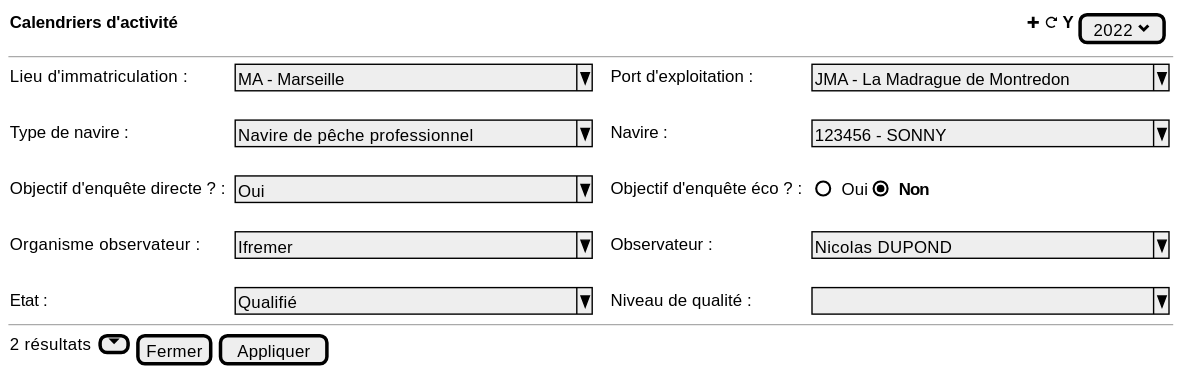
Above: projects/activity-calendar/spe/images/activity-calendar-table-filters.svg in sumaris-net/sumaris-doc (PlantUML), before the change.
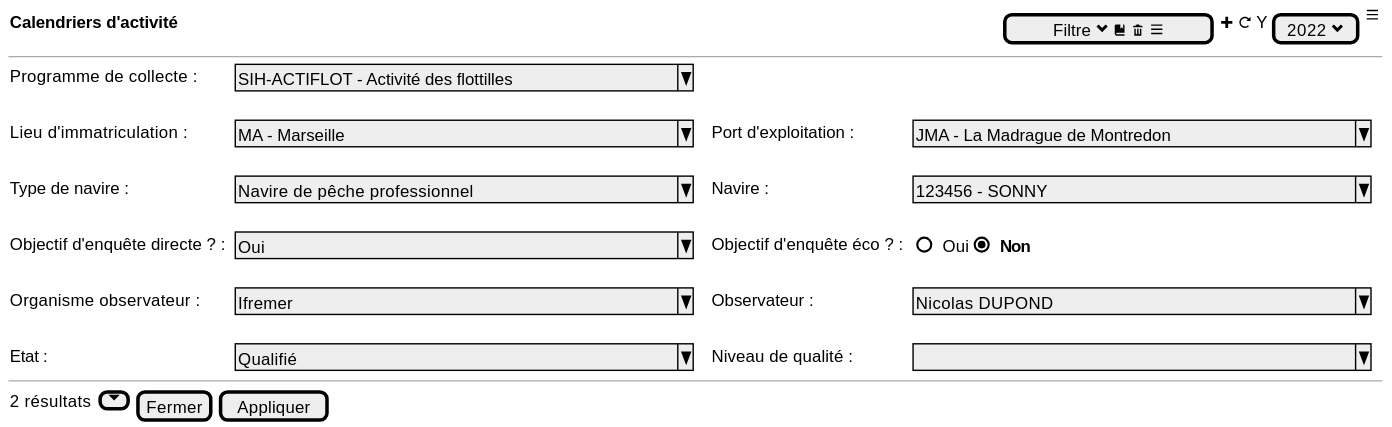
After the change.

Commit message:
[spe] Actiflot, update specifications

The edit, as a diff of the source:
```diff
@@ -1,22 +1,24 @@
 @startsalt
 {
 
-  {<b>Calendriers d'activité                                                                                                                                                                                                          <&plus> <&reload> Y {[2022 <&chevron-bottom>]}}
+  {<b>Calendriers d'activité                                                                                                                                                                                                   <&s>  {[Filtre <&chevron-bottom> <&book> <&trash> <&menu>]} <&plus> <&reload> Y {[2022 <&chevron-bottom>]} <&menu>}
    --
 
     {
-        Lieu d'immatriculation : | . | ^ MA - Marseille               ^ | . | . | Port d'exploitation : | . | ^JMA - La Madrague de Montredon^
+        Programme de collecte : | . | ^ SIH-ACTIFLOT - Activité des flottilles^
         .
-        Type de navire : | . | ^ Navire de pêche professionnel^ | . | . | Navire : | . | ^ 123456 - SONNY               ^
+        Lieu d'immatriculation : | . | ^ MA - Marseille                        ^ | . | . | Port d'exploitation : | . | ^JMA - La Madrague de Montredon         ^
         .
-        Objectif d'enquête directe ? :   | . |^Oui                           ^|  . | . | Objectif d'enquête éco ? :   | . | { () Oui | (X) <b>Non}
+        Type de navire : | . | ^ Navire de pêche professionnel         ^ | . | . | Navire : | . | ^ 123456 - SONNY                        ^
         .
-        Organisme observateur :   | . |^ Ifremer                      ^ |  . | . | Observateur :   | . | ^ Nicolas DUPOND               ^
+        Objectif d'enquête directe ? :   | . |^Oui                                    ^|  . | . | Objectif d'enquête éco ? :   | . | { () Oui | (X) <b>Non}
         .
-        Etat : | . | ^Qualifié                      ^ |  . | . | Niveau de qualité :   | . | ^                              ^
+        Organisme observateur :   | . |^ Ifremer                               ^ |  . | . | Observateur :   | . | ^ Nicolas DUPOND                        ^
+        .
+        Etat : | . | ^Qualifié                               ^ |  . | . | Niveau de qualité :   | . | ^                                       ^
     }
 
   --
-  {2 résultats  {}[<&caret-bottom>] | [Fermer] | [Appliquer]}}
+ {2 résultats  {}[<&caret-bottom>] | [Fermer] | [Appliquer]}}
 }
 @endsalt
```
